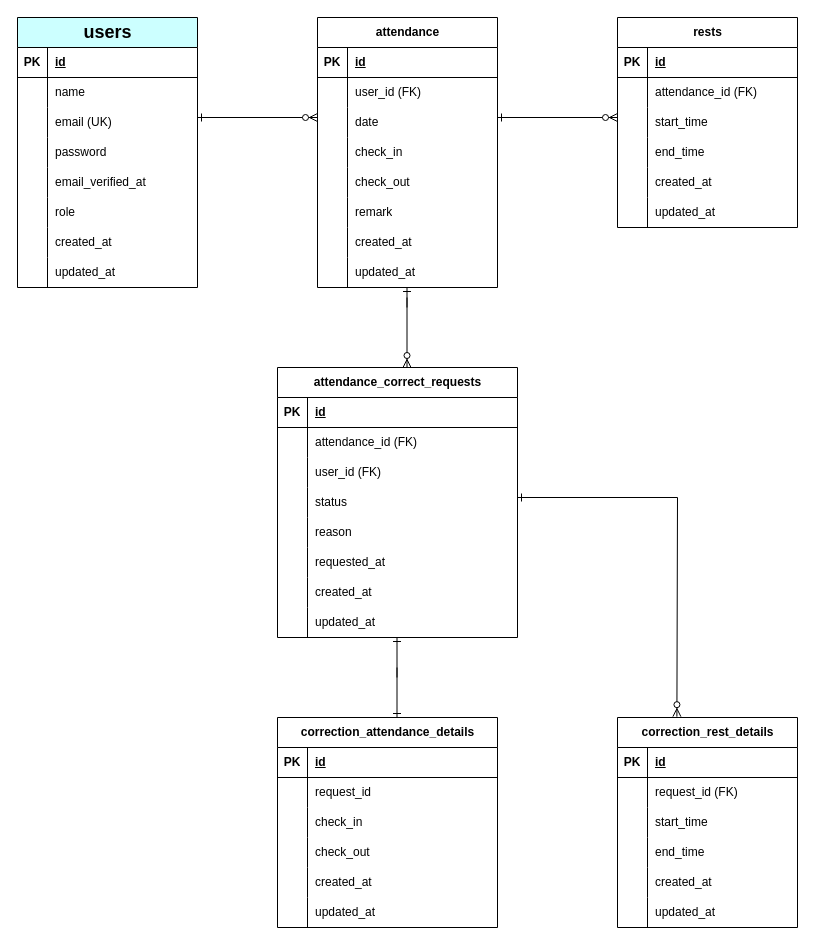
Before: er-diagram.drawio in hidama-rika/coachtech-attendance-management, a draw.io diagram. Source tidied: cells renumbered, new cells numbered last; positions are measured from the earlier drawing's top-left corner, leaving out a move shared by most shapes. Both pictures are drawn from the tidied source at 100%, with x=0, y=0 at pixel (17, 17).
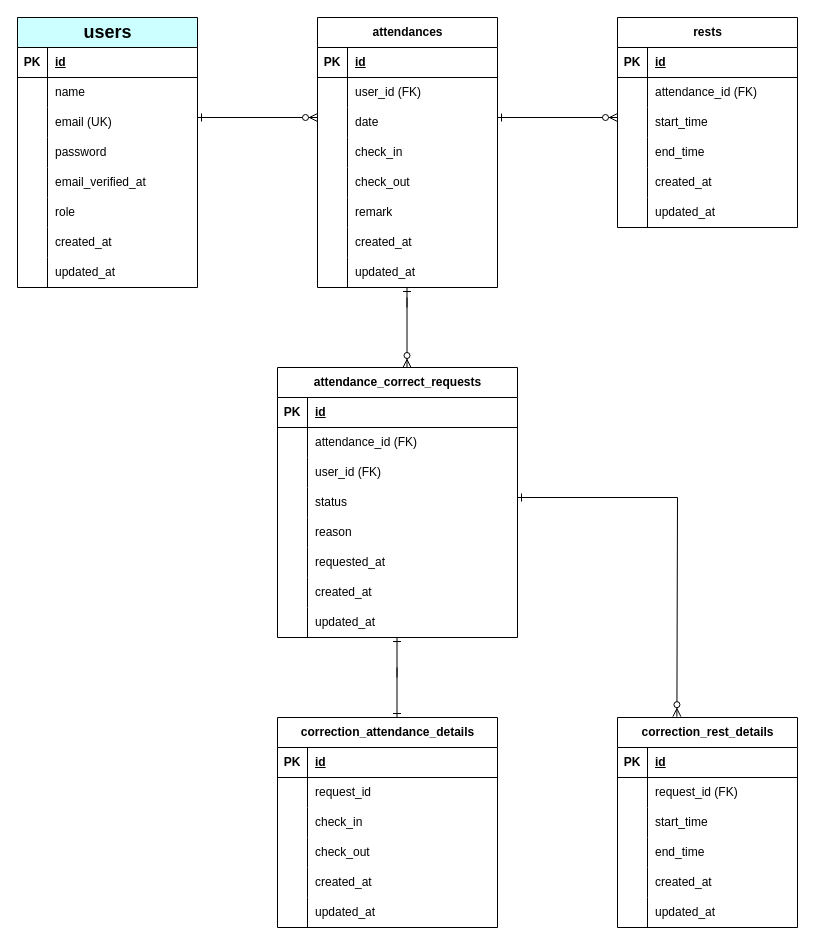
Above is the later version.

Diff of the diagram source:
```diff
@@
-    <mxCell id="27" value="attendance" style="shape=table;startSize=30;childLayout=tableLayout;rowLines=0;fontStyle=1;align=center;html=1;" parent="1" vertex="1">
+    <mxCell id="27" value="attendances" style="shape=table;startSize=30;childLayout=tableLayout;rowLines=0;fontStyle=1;align=center;html=1;" parent="1" vertex="1">
       <mxGeometry x="300" width="180" height="270" as="geometry" />
     </mxCell>
```
